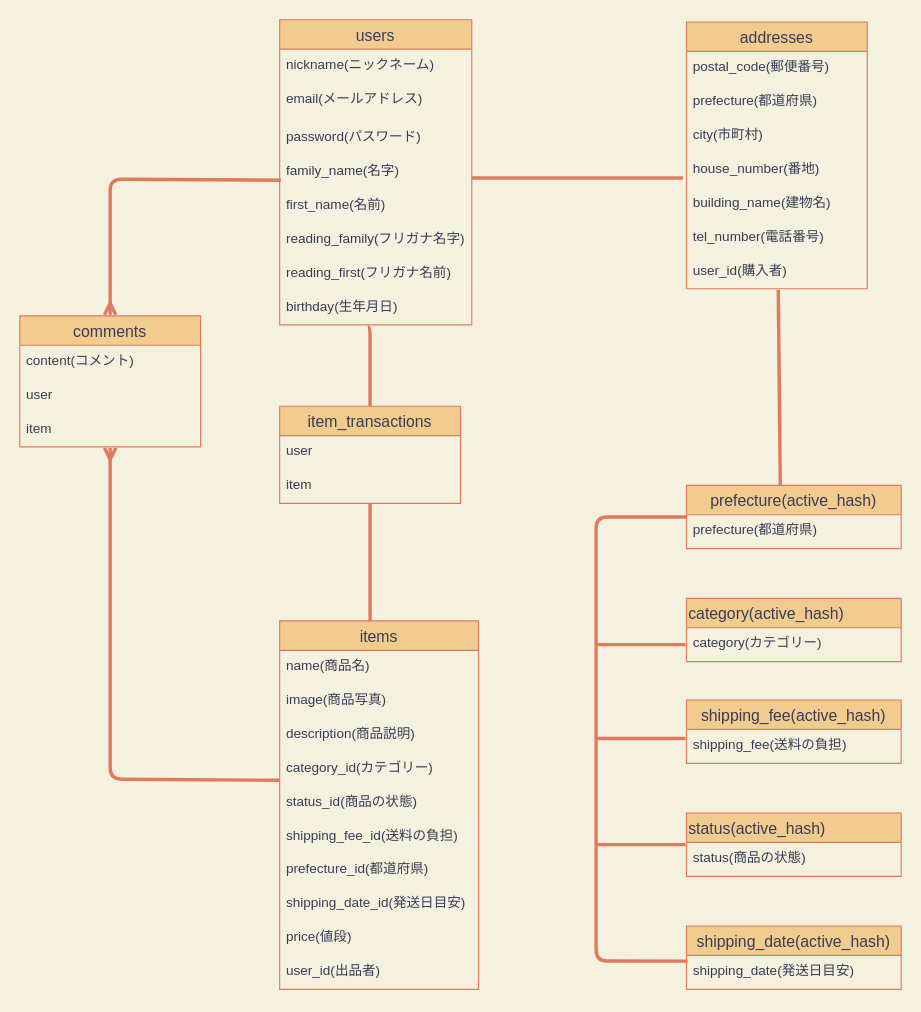
hidekicchan/furima-29087 keeps this draw.io diagram as page "ページ1" (1 of 2) of test.dio. Above is the earlier version. Source tidied: cells renumbered, new cells numbered last; positions are measured from the earlier drawing's top-left corner, leaving out a move shared by most shapes. Both pictures are drawn from the tidied source at 113%, with x=0, y=0 at pixel (19, 19).
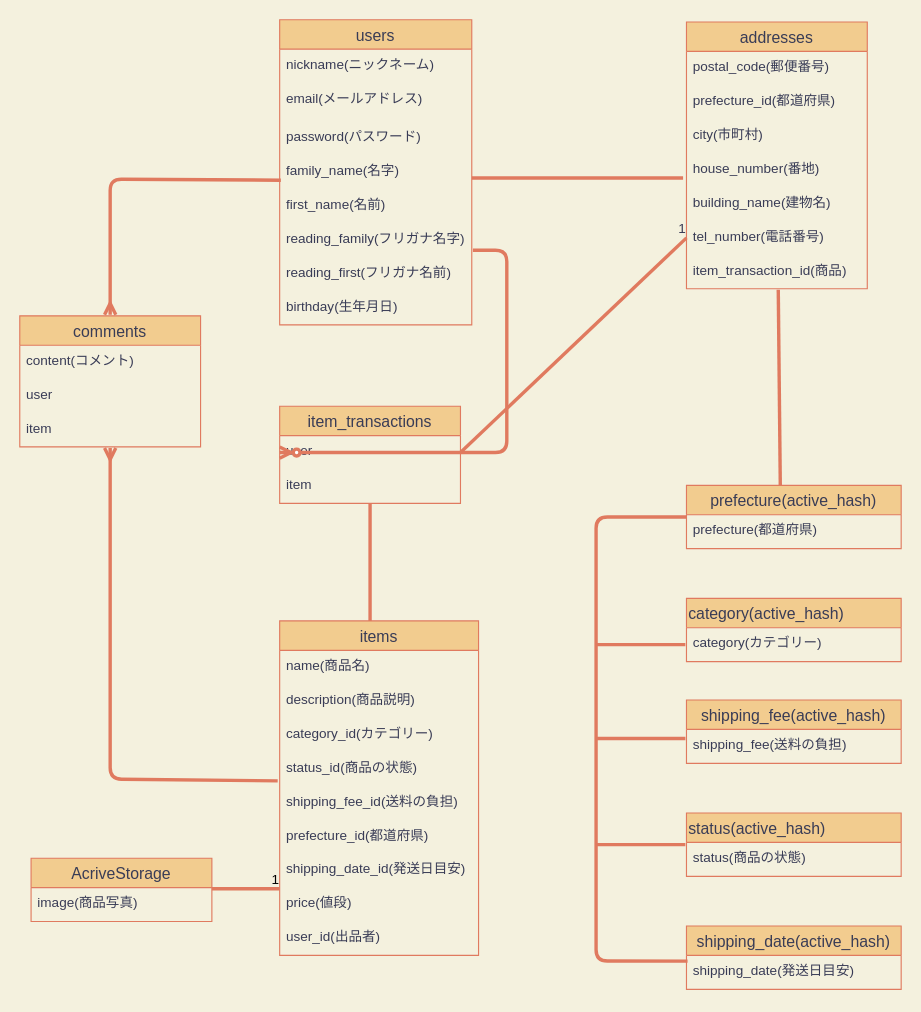
Above is the later version.

Unchanged cells that the change refers to:
```xml
<mxCell id="8" value="comments" style="swimlane;fontStyle=0;horizontal=1;startSize=26;align=center;fontSize=14;fillColor=#F2CC8F;strokeColor=#E07A5F;fontColor=#393C56;" parent="1" vertex="1">
  <mxGeometry y="262" width="160" height="116" as="geometry" />
</mxCell>
<mxCell id="24" value="birthday(生年月日)" style="text;strokeColor=none;fillColor=none;spacingLeft=4;spacingRight=4;overflow=hidden;points=[[0,0.5],[1,0.5]];portConstraint=eastwest;fontSize=12;fontColor=#393C56;" parent="16" vertex="1">
  <mxGeometry y="240" width="170" height="30" as="geometry" />
</mxCell>
<mxCell id="25" value="addresses" style="swimlane;fontStyle=0;horizontal=1;startSize=26;align=center;fontSize=14;fillColor=#F2CC8F;strokeColor=#E07A5F;fontColor=#393C56;" parent="1" vertex="1">
  <mxGeometry x="590" y="2" width="160" height="236" as="geometry" />
</mxCell>
<mxCell id="31" value="tel_number(電話番号)" style="text;strokeColor=none;fillColor=none;spacingLeft=4;spacingRight=4;overflow=hidden;points=[[0,0.5],[1,0.5]];portConstraint=eastwest;fontSize=12;fontColor=#393C56;" parent="25" vertex="1">
  <mxGeometry y="176" width="160" height="30" as="geometry" />
</mxCell>
<mxCell id="55" value="item_transactions" style="swimlane;fontStyle=0;horizontal=1;startSize=26;align=center;fontSize=14;strokeColor=#E07A5F;fillColor=#F2CC8F;fontColor=#393C56;" parent="1" vertex="1">
  <mxGeometry x="230" y="342" width="160" height="86" as="geometry" />
</mxCell>
<mxCell id="56" value="user" style="text;strokeColor=none;fillColor=none;spacingLeft=4;spacingRight=4;overflow=hidden;points=[[0,0.5],[1,0.5]];portConstraint=eastwest;fontSize=12;fontColor=#393C56;" parent="55" vertex="1">
  <mxGeometry y="26" width="160" height="30" as="geometry" />
</mxCell>
<mxCell id="57" value="item" style="text;strokeColor=none;fillColor=none;spacingLeft=4;spacingRight=4;overflow=hidden;points=[[0,0.5],[1,0.5]];portConstraint=eastwest;fontSize=12;fontColor=#393C56;" parent="55" vertex="1">
  <mxGeometry y="56" width="160" height="30" as="geometry" />
</mxCell>
```

The edit, as a diff of the source:
```diff
@@
-    <mxCell id="7" style="edgeStyle=none;rounded=1;sketch=0;jettySize=auto;html=1;startArrow=ERmany;startFill=0;sourcePerimeterSpacing=1;endArrow=none;endFill=0;strokeColor=#E07A5F;strokeWidth=3;fillColor=#F2CC8F;fontColor=#393C56;entryX=0;entryY=0.833;entryDx=0;entryDy=0;entryPerimeter=0;labelBackgroundColor=#F4F1DE;" parent="1" edge="1" source="8" target="48">
+    <mxCell id="7" style="edgeStyle=none;rounded=1;sketch=0;jettySize=auto;html=1;startArrow=ERmany;startFill=0;sourcePerimeterSpacing=1;endArrow=none;endFill=0;strokeColor=#E07A5F;strokeWidth=3;fillColor=#F2CC8F;fontColor=#393C56;entryX=-0.01;entryY=0.852;entryDx=0;entryDy=0;entryPerimeter=0;labelBackgroundColor=#F4F1DE;" parent="1" edge="1" source="8" target="49">
       <mxGeometry relative="1" as="geometry">
         <Array as="points">
           <mxPoint x="80" y="672" />
         </Array>
       </mxGeometry>
     </mxCell>
@@
-    <mxCell id="15" style="edgeStyle=orthogonalEdgeStyle;curved=0;rounded=1;sketch=0;jettySize=auto;html=1;entryX=0.5;entryY=0;entryDx=0;entryDy=0;endArrow=none;endFill=0;strokeColor=#E07A5F;strokeWidth=3;fillColor=#F2CC8F;fontColor=#393C56;exitX=0.459;exitY=1.067;exitDx=0;exitDy=0;exitPerimeter=0;" parent="1" edge="1" source="24" target="55">
-      <mxGeometry relative="1" as="geometry">
-        <Array as="points">
-          <mxPoint x="310" y="272" />
-        </Array>
-      </mxGeometry>
-    </mxCell>
@@
-    <mxCell id="27" value="prefecture(都道府県)" style="text;strokeColor=none;fillColor=none;spacingLeft=4;spacingRight=4;overflow=hidden;fontSize=12;fontColor=#393C56;" parent="25" vertex="1">
+    <mxCell id="27" value="prefecture_id(都道府県)" style="text;strokeColor=none;fillColor=none;spacingLeft=4;spacingRight=4;overflow=hidden;fontSize=12;fontColor=#393C56;" parent="25" vertex="1">
       <mxGeometry y="56" width="160" height="30" as="geometry" />
     </mxCell>
@@
-    <mxCell id="32" value="user_id(購入者)" style="text;strokeColor=none;fillColor=none;spacingLeft=4;spacingRight=4;overflow=hidden;fontSize=12;fontColor=#393C56;" parent="25" vertex="1">
-      <mxGeometry y="206" width="160" height="30" as="geometry" />
-    </mxCell>
+    <mxCell id="58" value="item_transaction_id(商品)" style="text;strokeColor=none;fillColor=none;spacingLeft=4;spacingRight=4;overflow=hidden;fontSize=12;fontColor=#393C56;" parent="25" vertex="1">
+      <mxGeometry y="206" width="160" height="30" as="geometry" />
+    </mxCell>
@@
-    <mxCell id="43" style="edgeStyle=orthogonalEdgeStyle;curved=0;rounded=1;sketch=0;jettySize=auto;html=1;strokeColor=#E07A5F;fillColor=#F2CC8F;fontColor=#393C56;labelBackgroundColor=#F4F1DE;spacingTop=1;strokeWidth=3;endArrow=none;endFill=0;" parent="1" edge="1" source="44" target="57">
+    <mxCell id="43" style="edgeStyle=orthogonalEdgeStyle;curved=0;rounded=1;sketch=0;jettySize=auto;html=1;strokeColor=#E07A5F;fillColor=#F2CC8F;fontColor=#393C56;spacingTop=1;strokeWidth=3;endArrow=none;endFill=0;labelBackgroundColor=#F4F1DE;" parent="1" edge="1" source="44" target="57">
       <mxGeometry relative="1" as="geometry">
         <Array as="points">
           <mxPoint x="310" y="502" />
           <mxPoint x="310" y="502" />
         </Array>
       </mxGeometry>
     </mxCell>
     <mxCell id="44" value="items" style="swimlane;fontStyle=0;horizontal=1;startSize=26;align=center;fontSize=14;fillColor=#F2CC8F;strokeColor=#E07A5F;fontColor=#393C56;" parent="1" vertex="1">
-      <mxGeometry x="230" y="532" width="176" height="326" as="geometry" />
+      <mxGeometry x="230" y="532" width="176" height="296" as="geometry" />
     </mxCell>
@@
-    <mxCell id="46" value="image(商品写真)" style="text;strokeColor=none;fillColor=none;spacingLeft=4;spacingRight=4;overflow=hidden;fontSize=12;fontColor=#393C56;" parent="44" vertex="1">
-      <mxGeometry y="56" width="176" height="30" as="geometry" />
-    </mxCell>
     <mxCell id="47" value="description(商品説明)" style="text;strokeColor=none;fillColor=none;spacingLeft=4;spacingRight=4;overflow=hidden;fontSize=12;fontColor=#393C56;" parent="44" vertex="1">
-      <mxGeometry y="86" width="176" height="30" as="geometry" />
+      <mxGeometry y="56" width="176" height="30" as="geometry" />
     </mxCell>
     <mxCell id="48" value="category_id(カテゴリー)" style="text;strokeColor=none;fillColor=none;spacingLeft=4;spacingRight=4;overflow=hidden;points=[[0,0.5],[1,0.5]];portConstraint=eastwest;fontSize=12;fontColor=#393C56;" parent="44" vertex="1">
-      <mxGeometry y="116" width="176" height="30" as="geometry" />
+      <mxGeometry y="86" width="176" height="30" as="geometry" />
     </mxCell>
     <mxCell id="49" value="status_id(商品の状態)" style="text;strokeColor=none;fillColor=none;spacingLeft=4;spacingRight=4;overflow=hidden;points=[[0,0.5],[1,0.5]];portConstraint=eastwest;fontSize=12;fontColor=#393C56;" parent="44" vertex="1">
-      <mxGeometry y="146" width="176" height="30" as="geometry" />
+      <mxGeometry y="116" width="176" height="30" as="geometry" />
     </mxCell>
     <mxCell id="50" value="shipping_fee_id(送料の負担)" style="text;strokeColor=none;fillColor=none;spacingLeft=4;spacingRight=4;overflow=hidden;fontSize=12;fontColor=#393C56;" parent="44" vertex="1">
-      <mxGeometry y="176" width="176" height="30" as="geometry" />
+      <mxGeometry y="146" width="176" height="30" as="geometry" />
     </mxCell>
     <mxCell id="51" value="prefecture_id(都道府県)" style="text;strokeColor=none;fillColor=none;spacingLeft=4;spacingRight=4;overflow=hidden;fontSize=12;fontColor=#393C56;" parent="44" vertex="1">
-      <mxGeometry y="206" width="176" height="30" as="geometry" />
+      <mxGeometry y="176" width="176" height="30" as="geometry" />
     </mxCell>
     <mxCell id="52" value="shipping_date_id(発送日目安)" style="text;strokeColor=none;fillColor=none;spacingLeft=4;spacingRight=4;overflow=hidden;fontSize=12;fontColor=#393C56;" parent="44" vertex="1">
-      <mxGeometry y="236" width="176" height="30" as="geometry" />
+      <mxGeometry y="206" width="176" height="30" as="geometry" />
     </mxCell>
     <mxCell id="53" value="price(値段)" style="text;strokeColor=none;fillColor=none;spacingLeft=4;spacingRight=4;overflow=hidden;fontSize=12;fontColor=#393C56;" parent="44" vertex="1">
-      <mxGeometry y="266" width="176" height="30" as="geometry" />
+      <mxGeometry y="236" width="176" height="30" as="geometry" />
     </mxCell>
     <mxCell id="54" value="user_id(出品者)" style="text;strokeColor=none;fillColor=none;spacingLeft=4;spacingRight=4;overflow=hidden;fontSize=12;fontColor=#393C56;" parent="44" vertex="1">
-      <mxGeometry y="296" width="176" height="30" as="geometry" />
+      <mxGeometry y="266" width="176" height="30" as="geometry" />
     </mxCell>
@@
+    <mxCell id="59" style="edgeStyle=entityRelationEdgeStyle;fontSize=12;html=1;endArrow=ERzeroToMany;endFill=1;strokeColor=#E07A5F;strokeWidth=3;fillColor=#F2CC8F;entryX=0;entryY=0.5;entryDx=0;entryDy=0;labelBackgroundColor=#F4F1DE;fontColor=#393C56;" parent="1" edge="1" target="56">
+      <mxGeometry relative="1" as="geometry">
+        <mxPoint x="401" y="204" as="sourcePoint" />
+      </mxGeometry>
+    </mxCell>
+    <mxCell id="60" style="endArrow=none;html=1;rounded=0;strokeColor=#E07A5F;strokeWidth=3;fillColor=#F2CC8F;fontColor=#393C56;exitX=1;exitY=0.5;exitDx=0;exitDy=0;entryX=0;entryY=0.5;entryDx=0;entryDy=0;labelBackgroundColor=#F4F1DE;" parent="1" edge="1" source="56" target="31">
+      <mxGeometry relative="1" as="geometry" />
+    </mxCell>
+    <mxCell id="61" value="1" style="html=1;align=right;verticalAlign=bottom;fillColor=#F2CC8F;strokeColor=#E07A5F;fontColor=#393C56;" parent="60" vertex="1">
+      <mxGeometry x="1" relative="1" as="geometry" />
+    </mxCell>
+    <mxCell id="62" value="AcriveStorage" style="swimlane;fontStyle=0;horizontal=1;startSize=26;align=center;fontSize=14;rounded=0;sketch=0;strokeColor=#E07A5F;fillColor=#F2CC8F;fontColor=#393C56;" parent="1" vertex="1">
+      <mxGeometry x="10" y="742" width="160" height="56" as="geometry" />
+    </mxCell>
+    <mxCell id="46" value="image(商品写真)" style="text;strokeColor=none;fillColor=none;spacingLeft=4;spacingRight=4;overflow=hidden;fontSize=12;fontColor=#393C56;" parent="62" vertex="1">
+      <mxGeometry y="26" width="160" height="30" as="geometry" />
+    </mxCell>
+    <mxCell id="63" style="endArrow=none;html=1;rounded=0;strokeColor=#E07A5F;fillColor=#F2CC8F;fontColor=#393C56;strokeWidth=3;" parent="1" edge="1">
+      <mxGeometry relative="1" as="geometry">
+        <mxPoint x="170" y="769" as="sourcePoint" />
+        <mxPoint x="230" y="769" as="targetPoint" />
+      </mxGeometry>
+    </mxCell>
+    <mxCell id="64" value="1" style="html=1;align=right;verticalAlign=bottom;" parent="63" vertex="1">
+      <mxGeometry x="1" relative="1" as="geometry" />
+    </mxCell>
```
